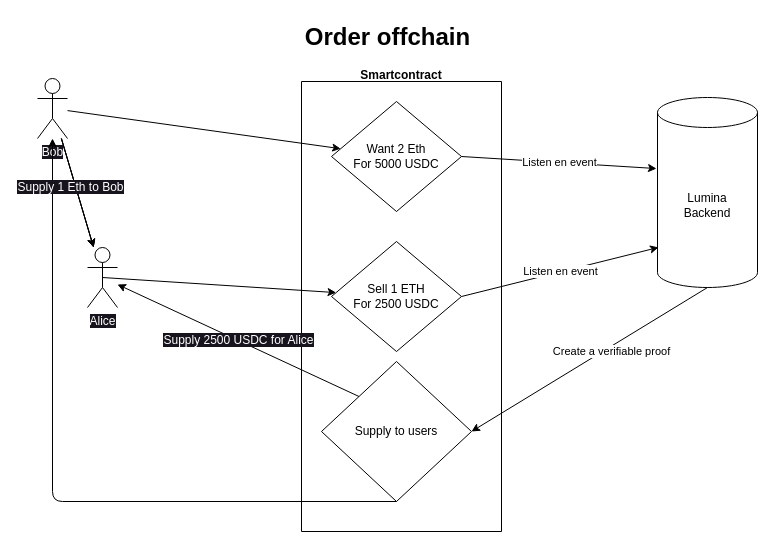
Before: packages/contracts/order-offchain.drawio in Lumina-DEX/lumina-permissioned, a draw.io diagram. Source tidied: cells renumbered, new cells numbered last; positions are measured from the earlier drawing's top-left corner, leaving out a move shared by most shapes. Both pictures are drawn from the tidied source at 100%, with x=0, y=0 at pixel (37, 17).
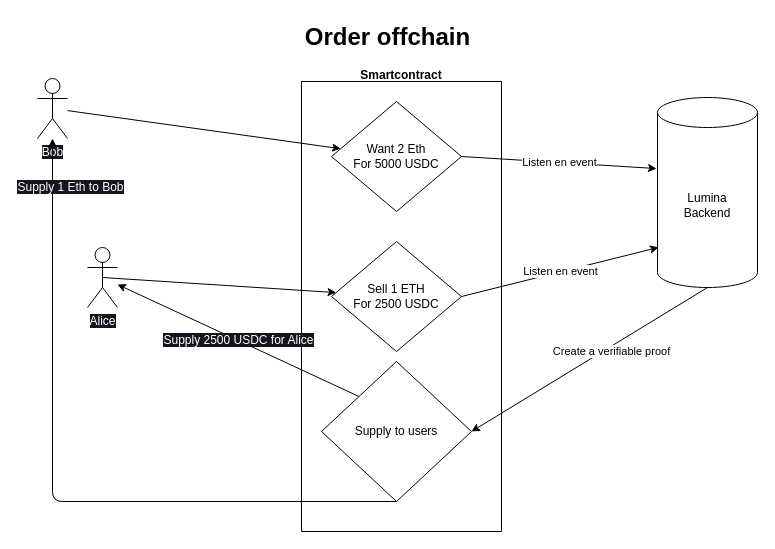
After the change.

Commit message (it also covers changes not shown here):
updtae schema

Unchanged cells that the change refers to:
```xml
<mxCell id="5" value="&lt;span style=&quot;background-color: rgb(24, 20, 29);&quot;&gt;&lt;font color=&quot;#ffffff&quot;&gt;Bob&lt;/font&gt;&lt;/span&gt;" style="shape=umlActor;verticalLabelPosition=bottom;verticalAlign=top;html=1;outlineConnect=0;" parent="1" vertex="1">
  <mxGeometry y="61" width="30" height="60" as="geometry" />
</mxCell>
<mxCell id="6" value="&lt;span style=&quot;background-color: rgb(24, 20, 29);&quot;&gt;&lt;font color=&quot;#ffffff&quot;&gt;Alice&lt;/font&gt;&lt;/span&gt;" style="shape=umlActor;verticalLabelPosition=bottom;verticalAlign=top;html=1;outlineConnect=0;" parent="1" vertex="1">
  <mxGeometry x="50" y="230" width="30" height="60" as="geometry" />
</mxCell>
```

The edit, as a diff of the source:
```diff
@@
-    <mxCell id="2" style="edgeStyle=none;html=1;" parent="1" edge="1" source="5" target="6">
-      <mxGeometry relative="1" as="geometry" />
-    </mxCell>
-    <mxCell id="3" style="edgeStyle=none;html=1;" parent="1" edge="1" source="5" target="6">
-      <mxGeometry relative="1" as="geometry" />
-    </mxCell>
-    <mxCell id="4" style="edgeStyle=none;html=1;" parent="1" edge="1" source="5" target="6">
-      <mxGeometry relative="1" as="geometry" />
-    </mxCell>
```
